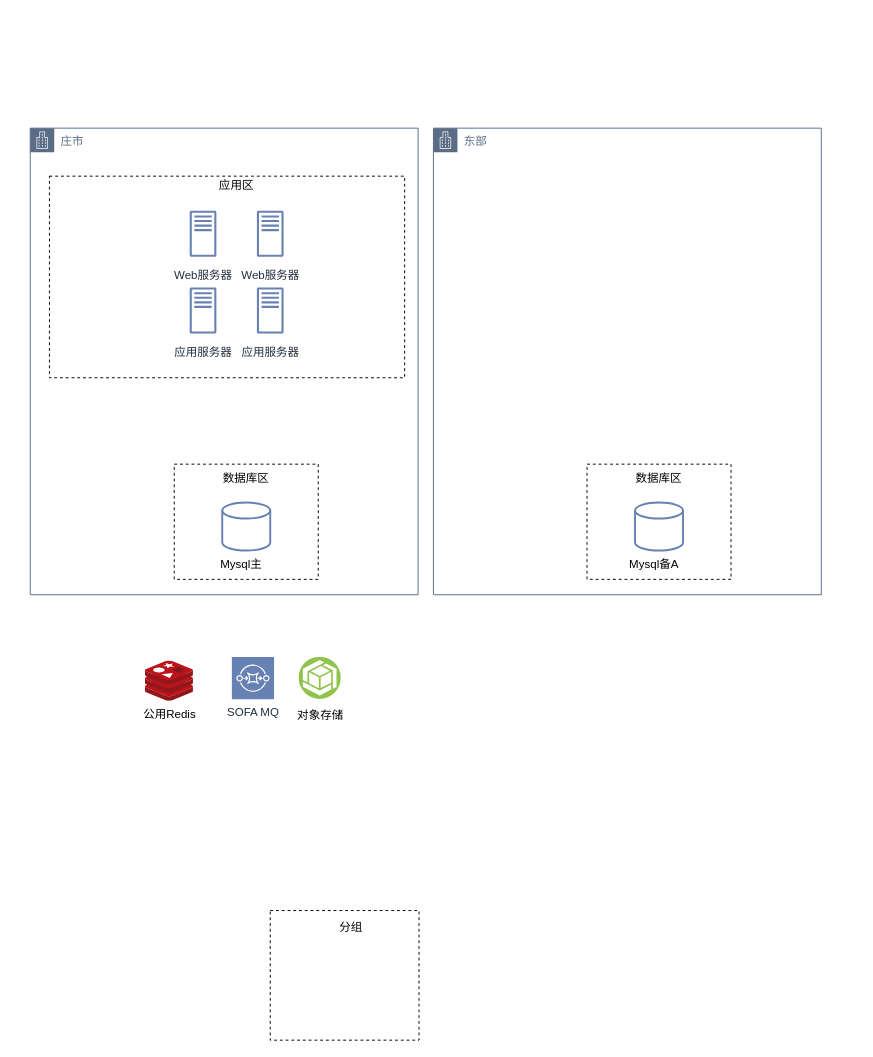
This is 未命名绘图.drawio from akinlong/SpringCloudExamples, a draw.io file, before an edit. Source tidied: cells renumbered, new cells numbered last; positions are measured from the earlier drawing's top-left corner, leaving out a move shared by most shapes. Both pictures are drawn from the tidied source at 96%, with x=0, y=0 at pixel (30, 128).
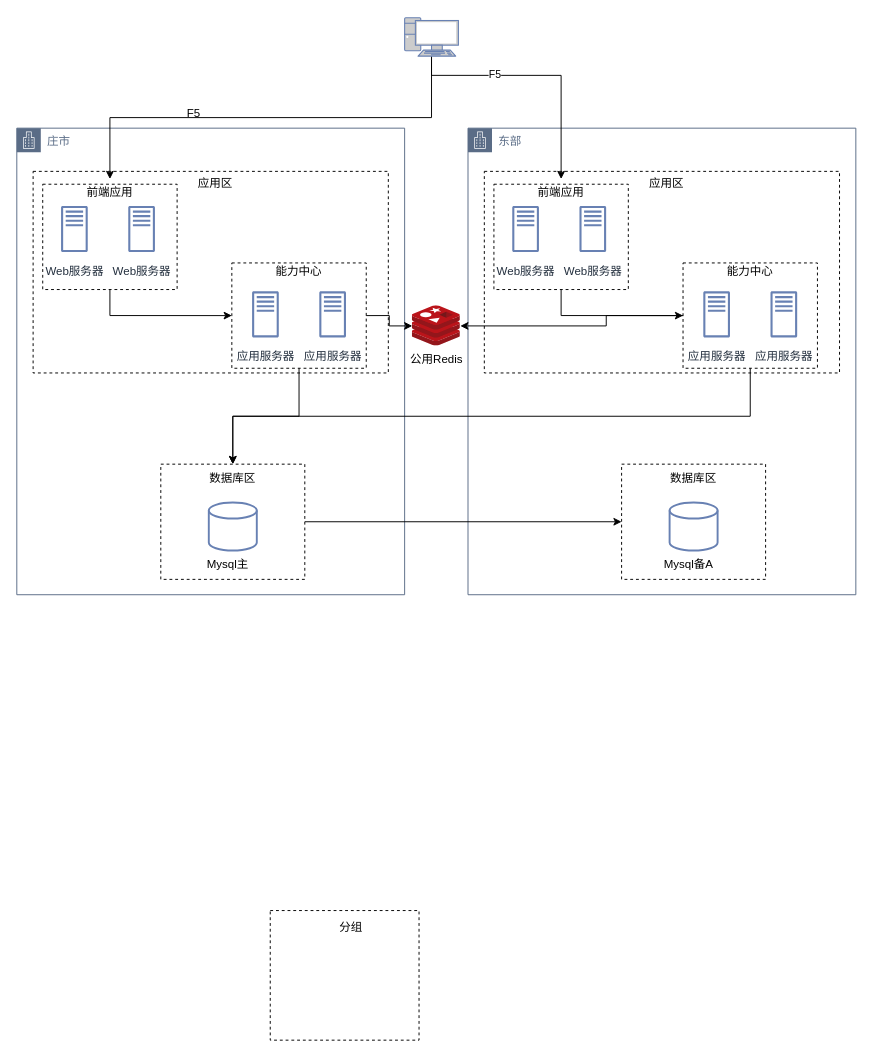
After the change.

Commit message (it also covers changes not shown here):
更新未命名绘图.drawio

The change refers to these unchanged cells:
```xml
<mxCell id="14" style="rounded=0;whiteSpace=wrap;html=1;fontSize=12;fontColor=#000000;fillColor=none;dashed=1;align=center;" parent="13" vertex="1">
  <mxGeometry y="-10" width="150" height="120" as="geometry" />
</mxCell>
<mxCell id="15" value="数据库区" style="text;html=1;strokeColor=none;fillColor=none;align=center;verticalAlign=middle;whiteSpace=wrap;rounded=0;dashed=1;fontSize=12;fontColor=#000000;" parent="12" vertex="1">
  <mxGeometry x="30" width="90" height="30" as="geometry" />
</mxCell>
<mxCell id="22" style="rounded=0;whiteSpace=wrap;html=1;fontSize=12;fontColor=#000000;fillColor=none;dashed=1;align=center;" parent="21" vertex="1">
  <mxGeometry y="-10" width="150" height="120" as="geometry" />
</mxCell>
```

The edit, as a diff of the source:
```diff
@@
     <mxCell id="2" value="庄市" style="gradientColor=none;html=1;whiteSpace=wrap;fontSize=12;fontStyle=0;shape=mxgraph.aws4.group;grIcon=mxgraph.aws4.group_corporate_data_center;strokeColor=#5A6C86;fillColor=none;verticalAlign=top;align=left;spacingLeft=30;fontColor=#5A6C86;dashed=0;" parent="1" vertex="1">
-      <mxGeometry width="404" height="486" as="geometry" />
+      <mxGeometry x="-14" width="404" height="486" as="geometry" />
     </mxCell>
-    <mxCell id="3" value="应用服务器" style="sketch=0;fontColor=#232F3E;gradientColor=none;strokeColor=#6881B3;fillColor=#ffffff;dashed=0;verticalLabelPosition=bottom;verticalAlign=top;align=center;html=1;fontSize=12;fontStyle=0;shape=mxgraph.aws4.resourceIcon;resIcon=mxgraph.aws4.traditional_server;" parent="2" vertex="1">
-      <mxGeometry x="150" y="160" width="60" height="60" as="geometry" />
-    </mxCell>
-    <mxCell id="4" value="应用服务器" style="sketch=0;fontColor=#232F3E;gradientColor=none;strokeColor=#6881B3;fillColor=#ffffff;dashed=0;verticalLabelPosition=bottom;verticalAlign=top;align=center;html=1;fontSize=12;fontStyle=0;shape=mxgraph.aws4.resourceIcon;resIcon=mxgraph.aws4.traditional_server;" parent="2" vertex="1">
-      <mxGeometry x="220" y="160" width="60" height="60" as="geometry" />
-    </mxCell>
-    <mxCell id="5" value="Web服务器" style="sketch=0;fontColor=#232F3E;gradientColor=none;strokeColor=#6881B3;fillColor=#ffffff;dashed=0;verticalLabelPosition=bottom;verticalAlign=top;align=center;html=1;fontSize=12;fontStyle=0;shape=mxgraph.aws4.resourceIcon;resIcon=mxgraph.aws4.traditional_server;" parent="2" vertex="1">
-      <mxGeometry x="150" y="80" width="60" height="60" as="geometry" />
-    </mxCell>
-    <mxCell id="6" value="Web服务器" style="sketch=0;fontColor=#232F3E;gradientColor=none;strokeColor=#6881B3;fillColor=#ffffff;dashed=0;verticalLabelPosition=bottom;verticalAlign=top;align=center;html=1;fontSize=12;fontStyle=0;shape=mxgraph.aws4.resourceIcon;resIcon=mxgraph.aws4.traditional_server;" parent="2" vertex="1">
-      <mxGeometry x="220" y="80" width="60" height="60" as="geometry" />
-    </mxCell>
-    <mxCell id="7" style="group;fontColor=#000000;fillColor=none;gradientColor=none;" parent="2" vertex="1">
-      <mxGeometry x="20" y="60" width="370" height="200" as="geometry" />
-    </mxCell>
-    <mxCell id="8" style="rounded=0;whiteSpace=wrap;html=1;fontSize=12;fontColor=#000000;fillColor=none;dashed=1;align=center;" parent="7" vertex="1">
-      <mxGeometry y="-10" width="370" height="210" as="geometry" />
-    </mxCell>
@@
+    <mxCell id="8" style="rounded=0;whiteSpace=wrap;html=1;fontSize=12;fontColor=#000000;fillColor=none;dashed=1;align=center;" parent="2" vertex="1">
+      <mxGeometry x="17" y="45" width="370" height="210" as="geometry" />
+    </mxCell>
+    <mxCell id="5" value="Web服务器" style="sketch=0;fontColor=#232F3E;gradientColor=none;strokeColor=#6881B3;fillColor=#ffffff;dashed=0;verticalLabelPosition=bottom;verticalAlign=top;align=center;html=1;fontSize=12;fontStyle=0;shape=mxgraph.aws4.resourceIcon;resIcon=mxgraph.aws4.traditional_server;" parent="2" vertex="1">
+      <mxGeometry x="30" y="75" width="60" height="60" as="geometry" />
+    </mxCell>
+    <mxCell id="6" value="Web服务器" style="sketch=0;fontColor=#232F3E;gradientColor=none;strokeColor=#6881B3;fillColor=#ffffff;dashed=0;verticalLabelPosition=bottom;verticalAlign=top;align=center;html=1;fontSize=12;fontStyle=0;shape=mxgraph.aws4.resourceIcon;resIcon=mxgraph.aws4.traditional_server;" parent="2" vertex="1">
+      <mxGeometry x="100" y="75" width="60" height="60" as="geometry" />
+    </mxCell>
+    <mxCell id="3" value="应用服务器" style="sketch=0;fontColor=#232F3E;gradientColor=none;strokeColor=#6881B3;fillColor=#ffffff;dashed=0;verticalLabelPosition=bottom;verticalAlign=top;align=center;html=1;fontSize=12;fontStyle=0;shape=mxgraph.aws4.resourceIcon;resIcon=mxgraph.aws4.traditional_server;" parent="2" vertex="1">
+      <mxGeometry x="299" y="164" width="60" height="60" as="geometry" />
+    </mxCell>
+    <mxCell id="4" value="应用服务器" style="sketch=0;fontColor=#232F3E;gradientColor=none;strokeColor=#6881B3;fillColor=#ffffff;dashed=0;verticalLabelPosition=bottom;verticalAlign=top;align=center;html=1;fontSize=12;fontStyle=0;shape=mxgraph.aws4.resourceIcon;resIcon=mxgraph.aws4.traditional_server;" parent="2" vertex="1">
+      <mxGeometry x="229" y="164" width="60" height="60" as="geometry" />
+    </mxCell>
+    <mxCell id="31" style="group;fontColor=#000000;fillColor=none;gradientColor=none;" parent="2" vertex="1">
+      <mxGeometry x="27" y="53" width="140" height="115" as="geometry" />
+    </mxCell>
+    <mxCell id="32" style="group;fontColor=#000000;fillColor=none;gradientColor=none;" parent="31" vertex="1">
+      <mxGeometry y="10.7" width="140" height="104.3" as="geometry" />
+    </mxCell>
+    <mxCell id="33" style="rounded=0;whiteSpace=wrap;html=1;fontSize=12;fontColor=#000000;fillColor=none;dashed=1;align=center;" parent="32" vertex="1">
+      <mxGeometry y="-5.3" width="140" height="109.7" as="geometry" />
+    </mxCell>
+    <mxCell id="34" value="前端应用" style="text;html=1;strokeColor=none;fillColor=none;align=center;verticalAlign=middle;whiteSpace=wrap;rounded=0;dashed=1;fontSize=12;fontColor=#000000;" parent="31" vertex="1">
+      <mxGeometry x="28.2" width="83.6" height="28.4" as="geometry" />
+    </mxCell>
+    <mxCell id="35" style="group;fontColor=#000000;fillColor=none;gradientColor=none;" parent="2" vertex="1">
+      <mxGeometry x="224" y="135" width="140" height="115" as="geometry" />
+    </mxCell>
+    <mxCell id="36" style="group;fontColor=#000000;fillColor=none;gradientColor=none;" parent="35" vertex="1">
+      <mxGeometry y="10.7" width="140" height="104.3" as="geometry" />
+    </mxCell>
+    <mxCell id="37" style="rounded=0;whiteSpace=wrap;html=1;fontSize=12;fontColor=#000000;fillColor=none;dashed=1;align=center;" parent="36" vertex="1">
+      <mxGeometry y="-5.3" width="140" height="109.7" as="geometry" />
+    </mxCell>
+    <mxCell id="38" value="能力中心" style="text;html=1;strokeColor=none;fillColor=none;align=center;verticalAlign=middle;whiteSpace=wrap;rounded=0;dashed=1;fontSize=12;fontColor=#000000;" parent="35" vertex="1">
+      <mxGeometry x="28.2" width="83.6" height="28.4" as="geometry" />
+    </mxCell>
+    <mxCell id="39" style="edgeStyle=orthogonalEdgeStyle;rounded=0;jettySize=auto;html=1;exitX=0.5;exitY=1;exitDx=0;exitDy=0;entryX=0;entryY=0.5;entryDx=0;entryDy=0;fontColor=#000000;" parent="2" edge="1" source="33" target="37">
+      <mxGeometry relative="1" as="geometry" />
+    </mxCell>
+    <mxCell id="40" style="edgeStyle=orthogonalEdgeStyle;rounded=0;jettySize=auto;html=1;exitX=0.5;exitY=1;exitDx=0;exitDy=0;fontColor=#000000;" parent="2" edge="1" source="37" target="15">
+      <mxGeometry relative="1" as="geometry" />
+    </mxCell>
     <mxCell id="16" value="东部" style="gradientColor=none;html=1;whiteSpace=wrap;fontSize=12;fontStyle=0;shape=mxgraph.aws4.group;grIcon=mxgraph.aws4.group_corporate_data_center;strokeColor=#5A6C86;fillColor=none;verticalAlign=top;align=left;spacingLeft=30;fontColor=#5A6C86;dashed=0;" parent="1" vertex="1">
-      <mxGeometry x="420" width="404" height="486" as="geometry" />
+      <mxGeometry x="456" width="404" height="486" as="geometry" />
     </mxCell>
@@
+    <mxCell id="41" style="rounded=0;whiteSpace=wrap;html=1;fontSize=12;fontColor=#000000;fillColor=none;dashed=1;align=center;" parent="16" vertex="1">
+      <mxGeometry x="17" y="45" width="370" height="210" as="geometry" />
+    </mxCell>
+    <mxCell id="42" value="Web服务器" style="sketch=0;fontColor=#232F3E;gradientColor=none;strokeColor=#6881B3;fillColor=#ffffff;dashed=0;verticalLabelPosition=bottom;verticalAlign=top;align=center;html=1;fontSize=12;fontStyle=0;shape=mxgraph.aws4.resourceIcon;resIcon=mxgraph.aws4.traditional_server;" parent="16" vertex="1">
+      <mxGeometry x="30" y="75" width="60" height="60" as="geometry" />
+    </mxCell>
+    <mxCell id="43" value="Web服务器" style="sketch=0;fontColor=#232F3E;gradientColor=none;strokeColor=#6881B3;fillColor=#ffffff;dashed=0;verticalLabelPosition=bottom;verticalAlign=top;align=center;html=1;fontSize=12;fontStyle=0;shape=mxgraph.aws4.resourceIcon;resIcon=mxgraph.aws4.traditional_server;" parent="16" vertex="1">
+      <mxGeometry x="100" y="75" width="60" height="60" as="geometry" />
+    </mxCell>
+    <mxCell id="44" value="应用服务器" style="sketch=0;fontColor=#232F3E;gradientColor=none;strokeColor=#6881B3;fillColor=#ffffff;dashed=0;verticalLabelPosition=bottom;verticalAlign=top;align=center;html=1;fontSize=12;fontStyle=0;shape=mxgraph.aws4.resourceIcon;resIcon=mxgraph.aws4.traditional_server;" parent="16" vertex="1">
+      <mxGeometry x="299" y="164" width="60" height="60" as="geometry" />
+    </mxCell>
+    <mxCell id="45" value="应用服务器" style="sketch=0;fontColor=#232F3E;gradientColor=none;strokeColor=#6881B3;fillColor=#ffffff;dashed=0;verticalLabelPosition=bottom;verticalAlign=top;align=center;html=1;fontSize=12;fontStyle=0;shape=mxgraph.aws4.resourceIcon;resIcon=mxgraph.aws4.traditional_server;" parent="16" vertex="1">
+      <mxGeometry x="229" y="164" width="60" height="60" as="geometry" />
+    </mxCell>
+    <mxCell id="46" style="group;fontColor=#000000;fillColor=none;gradientColor=none;" parent="16" vertex="1">
+      <mxGeometry x="27" y="53" width="140" height="115" as="geometry" />
+    </mxCell>
+    <mxCell id="47" style="group;fontColor=#000000;fillColor=none;gradientColor=none;" parent="46" vertex="1">
+      <mxGeometry y="10.7" width="140" height="104.3" as="geometry" />
+    </mxCell>
+    <mxCell id="48" style="rounded=0;whiteSpace=wrap;html=1;fontSize=12;fontColor=#000000;fillColor=none;dashed=1;align=center;" parent="47" vertex="1">
+      <mxGeometry y="-5.3" width="140" height="109.7" as="geometry" />
+    </mxCell>
+    <mxCell id="49" value="前端应用" style="text;html=1;strokeColor=none;fillColor=none;align=center;verticalAlign=middle;whiteSpace=wrap;rounded=0;dashed=1;fontSize=12;fontColor=#000000;" parent="46" vertex="1">
+      <mxGeometry x="28.2" width="83.6" height="28.4" as="geometry" />
+    </mxCell>
+    <mxCell id="50" style="group;fontColor=#000000;fillColor=none;gradientColor=none;" parent="16" vertex="1">
+      <mxGeometry x="224" y="135" width="140" height="115" as="geometry" />
+    </mxCell>
+    <mxCell id="51" style="group;fontColor=#000000;fillColor=none;gradientColor=none;" parent="50" vertex="1">
+      <mxGeometry y="10.7" width="140" height="104.3" as="geometry" />
+    </mxCell>
+    <mxCell id="52" style="rounded=0;whiteSpace=wrap;html=1;fontSize=12;fontColor=#000000;fillColor=none;dashed=1;align=center;" parent="51" vertex="1">
+      <mxGeometry y="-5.3" width="140" height="109.7" as="geometry" />
+    </mxCell>
+    <mxCell id="53" value="能力中心" style="text;html=1;strokeColor=none;fillColor=none;align=center;verticalAlign=middle;whiteSpace=wrap;rounded=0;dashed=1;fontSize=12;fontColor=#000000;" parent="50" vertex="1">
+      <mxGeometry x="28.2" width="83.6" height="28.4" as="geometry" />
+    </mxCell>
+    <mxCell id="54" style="edgeStyle=orthogonalEdgeStyle;rounded=0;jettySize=auto;html=1;exitX=0.5;exitY=1;exitDx=0;exitDy=0;entryX=0;entryY=0.5;entryDx=0;entryDy=0;fontColor=#000000;" parent="16" edge="1" source="48" target="52">
+      <mxGeometry relative="1" as="geometry" />
+    </mxCell>
+    <mxCell id="55" value="应用区" style="text;html=1;strokeColor=none;fillColor=none;align=center;verticalAlign=middle;whiteSpace=wrap;rounded=0;dashed=1;fontSize=12;fontColor=#000000;" parent="16" vertex="1">
+      <mxGeometry x="162" y="33" width="90" height="50" as="geometry" />
+    </mxCell>
     <mxCell id="24" value="公用Redis" style="sketch=0;html=1;points=[];align=center;image;fontSize=12;image=img/lib/mscae/Cache_Redis_Product.svg;fillColor=#6881B3;" parent="1" vertex="1">
-      <mxGeometry x="120" y="555" width="50" height="42" as="geometry" />
+      <mxGeometry x="398" y="185" width="50" height="42" as="geometry" />
     </mxCell>
-    <mxCell id="25" value="SOFA MQ" style="sketch=0;fontColor=#232F3E;gradientColor=none;gradientDirection=north;fillColor=#6881B3;strokeColor=#ffffff;dashed=0;verticalLabelPosition=bottom;verticalAlign=top;align=center;html=1;fontSize=12;fontStyle=0;shape=mxgraph.aws4.resourceIcon;resIcon=mxgraph.aws4.sqs;" parent="1" vertex="1">
-      <mxGeometry x="210" y="551" width="44" height="44" as="geometry" />
-    </mxCell>
-    <mxCell id="26" value="&lt;font color=&quot;#000000&quot;&gt;对象存储&lt;/font&gt;" style="perimeter=ellipsePerimeter;html=1;align=center;shadow=0;dashed=0;fontColor=#4277BB;labelBackgroundColor=#ffffff;fontSize=12;spacingTop=3;image;image=img/lib/ibm/vpc/ObjectStorage.svg;fillColor=#6881B3;gradientColor=none;" parent="1" vertex="1">
-      <mxGeometry x="280" y="551" width="44" height="44" as="geometry" />
-    </mxCell>
@@
     <mxCell id="30" value="应用区" style="text;html=1;strokeColor=none;fillColor=none;align=center;verticalAlign=middle;whiteSpace=wrap;rounded=0;dashed=1;fontSize=12;fontColor=#000000;" parent="1" vertex="1">
-      <mxGeometry x="170" y="35" width="90" height="50" as="geometry" />
+      <mxGeometry x="148" y="33" width="90" height="50" as="geometry" />
     </mxCell>
+    <mxCell id="56" style="edgeStyle=orthogonalEdgeStyle;rounded=0;jettySize=auto;html=1;exitX=0.5;exitY=1;exitDx=0;exitDy=0;exitPerimeter=0;fontColor=#000000;" parent="1" edge="1" source="59" target="34">
+      <mxGeometry relative="1" as="geometry" />
+    </mxCell>
+    <mxCell id="57" style="edgeStyle=orthogonalEdgeStyle;rounded=0;jettySize=auto;html=1;exitX=0.5;exitY=1;exitDx=0;exitDy=0;exitPerimeter=0;fontColor=#000000;entryX=0.5;entryY=0;entryDx=0;entryDy=0;" parent="1" edge="1" source="59" target="49">
+      <mxGeometry relative="1" as="geometry">
+        <Array as="points">
+          <mxPoint x="418" y="-55" />
+          <mxPoint x="553" y="-55" />
+        </Array>
+      </mxGeometry>
+    </mxCell>
+    <mxCell id="58" value="F5" style="edgeLabel;html=1;align=center;verticalAlign=middle;fontColor=#000000;" parent="57" vertex="1">
+      <mxGeometry x="-0.76" y="2" relative="1" as="geometry">
+        <mxPoint x="53" as="offset" />
+      </mxGeometry>
+    </mxCell>
+    <mxCell id="59" style="fontColor=#0066CC;verticalAlign=top;verticalLabelPosition=bottom;labelPosition=center;align=center;html=1;outlineConnect=0;fillColor=#CCCCCC;strokeColor=#6881B3;gradientColor=none;gradientDirection=north;strokeWidth=2;shape=mxgraph.networks.pc;" parent="1" vertex="1">
+      <mxGeometry x="390" y="-115" width="56" height="40" as="geometry" />
+    </mxCell>
+    <mxCell id="60" style="edgeStyle=orthogonalEdgeStyle;rounded=0;jettySize=auto;html=1;exitX=1;exitY=0.5;exitDx=0;exitDy=0;fontColor=#000000;" parent="1" edge="1" source="14" target="22">
+      <mxGeometry relative="1" as="geometry" />
+    </mxCell>
+    <mxCell id="61" style="edgeStyle=orthogonalEdgeStyle;rounded=0;jettySize=auto;html=1;exitX=0.5;exitY=1;exitDx=0;exitDy=0;entryX=0.5;entryY=0;entryDx=0;entryDy=0;fontColor=#000000;" parent="1" edge="1" source="52" target="15">
+      <mxGeometry relative="1" as="geometry" />
+    </mxCell>
+    <mxCell id="62" value="F5" style="text;html=1;align=center;verticalAlign=middle;strokeColor=none;fillColor=none;fontColor=#000000;" parent="1" vertex="1">
+      <mxGeometry x="150" y="-30" width="40" height="30" as="geometry" />
+    </mxCell>
+    <mxCell id="63" style="edgeStyle=orthogonalEdgeStyle;rounded=0;jettySize=auto;html=1;exitX=1;exitY=0.5;exitDx=0;exitDy=0;fontColor=#000000;" parent="1" edge="1" source="37" target="24">
+      <mxGeometry relative="1" as="geometry" />
+    </mxCell>
+    <mxCell id="64" style="edgeStyle=orthogonalEdgeStyle;rounded=0;jettySize=auto;html=1;exitX=0;exitY=0.5;exitDx=0;exitDy=0;fontColor=#000000;" parent="1" edge="1" source="52" target="24">
+      <mxGeometry relative="1" as="geometry">
+        <Array as="points">
+          <mxPoint x="600" y="195" />
+          <mxPoint x="600" y="206" />
+        </Array>
+      </mxGeometry>
+    </mxCell>
```
